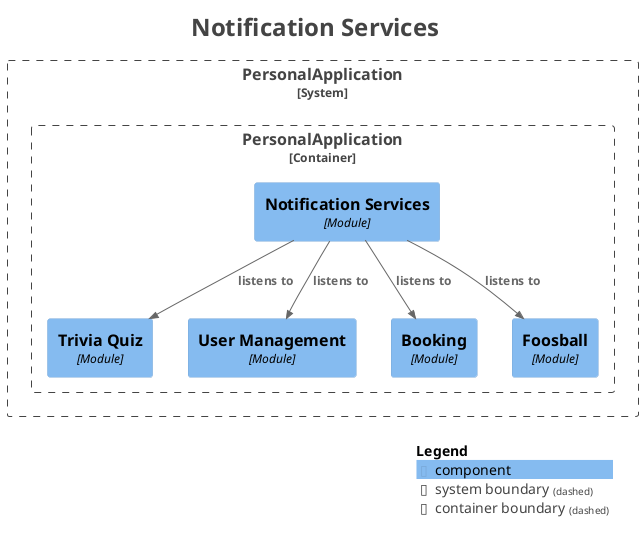
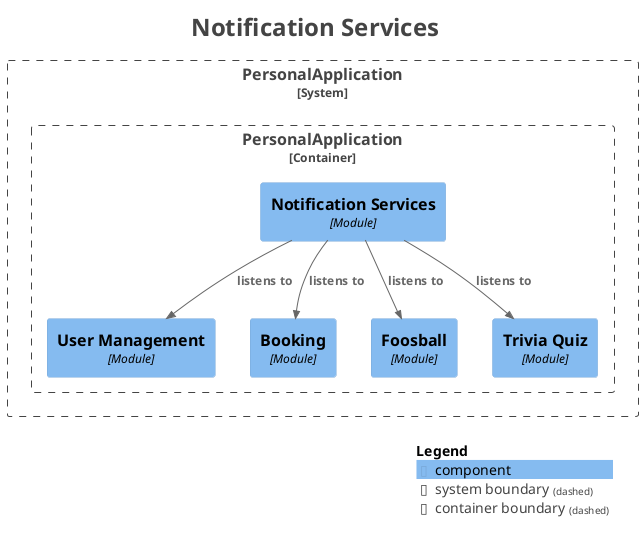
@startuml
title <size:24>Notification Services</size>

set separator none
top to bottom direction

<style>
  root {
    BackgroundColor: #ffffff
    FontColor: #444444
  }
</style>

!include <C4/C4>
!include <C4/C4_Context>
!include <C4/C4_Component>

System_Boundary("PersonalApplication_boundary", "PersonalApplication", $tags="") {
  Container_Boundary("PersonalApplication.PersonalApplication_boundary", "PersonalApplication", $tags="") {
-     Component(PersonalApplication.PersonalApplication.TriviaQuiz, "Trivia Quiz", $techn="Module", $descr="", $tags="", $link="")
    Component(PersonalApplication.PersonalApplication.UserManagement, "User Management", $techn="Module", $descr="", $tags="", $link="")
    Component(PersonalApplication.PersonalApplication.NotificationServices, "Notification Services", $techn="Module", $descr="", $tags="", $link="")
    Component(PersonalApplication.PersonalApplication.Booking, "Booking", $techn="Module", $descr="", $tags="", $link="")
    Component(PersonalApplication.PersonalApplication.Foosball, "Foosball", $techn="Module", $descr="", $tags="", $link="")
+     Component(PersonalApplication.PersonalApplication.TriviaQuiz, "Trivia Quiz", $techn="Module", $descr="", $tags="", $link="")
  }

}

+ Rel(PersonalApplication.PersonalApplication.NotificationServices, PersonalApplication.PersonalApplication.TriviaQuiz, "listens to", $techn="", $tags="", $link="")
Rel(PersonalApplication.PersonalApplication.NotificationServices, PersonalApplication.PersonalApplication.Foosball, "listens to", $techn="", $tags="", $link="")
- Rel(PersonalApplication.PersonalApplication.NotificationServices, PersonalApplication.PersonalApplication.TriviaQuiz, "listens to", $techn="", $tags="", $link="")
Rel(PersonalApplication.PersonalApplication.NotificationServices, PersonalApplication.PersonalApplication.UserManagement, "listens to", $techn="", $tags="", $link="")
Rel(PersonalApplication.PersonalApplication.NotificationServices, PersonalApplication.PersonalApplication.Booking, "listens to", $techn="", $tags="", $link="")

SHOW_LEGEND(true)
hide stereotypes
@enduml